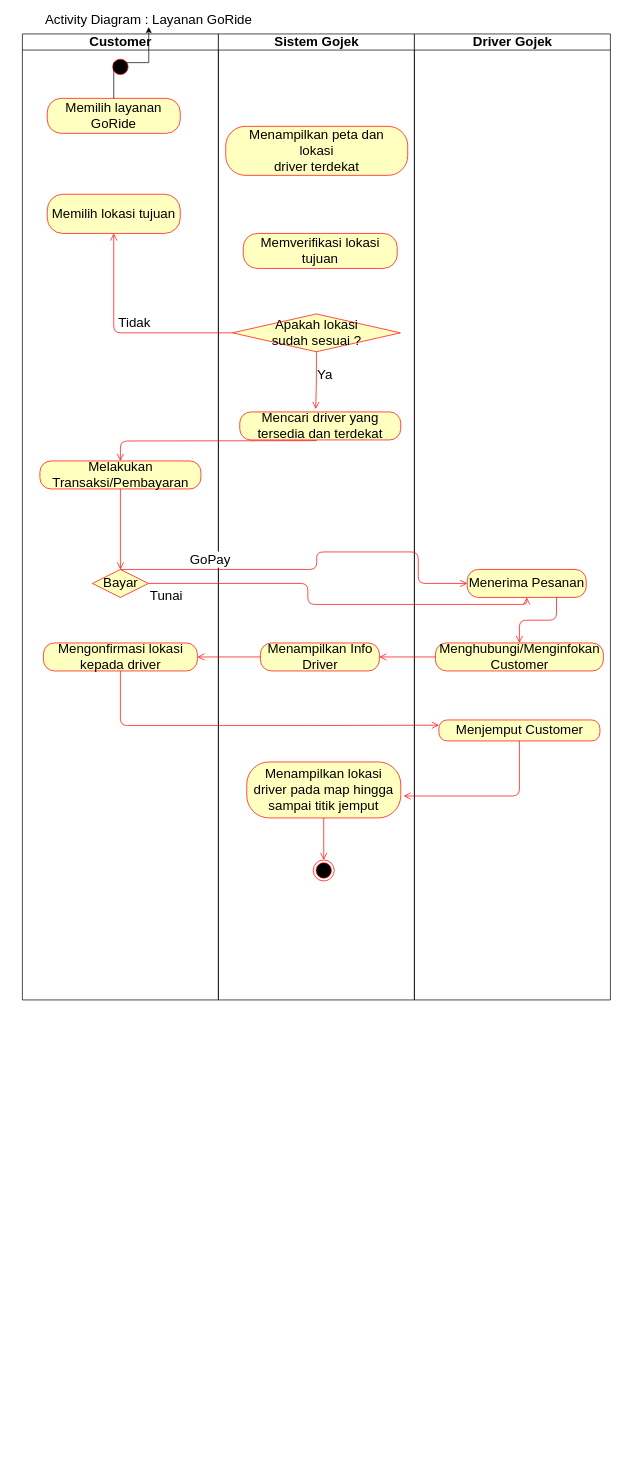
The draw.io diagram Untitled Diagram.drawio in irfanshow/Petruk-Find-Words, before the edit. Source tidied: cells renumbered, new cells numbered last; positions are measured from the earlier drawing's top-left corner, leaving out a move shared by most shapes. Both pictures are drawn from the tidied source at 70%, with x=0, y=0 at pixel (12, 13).
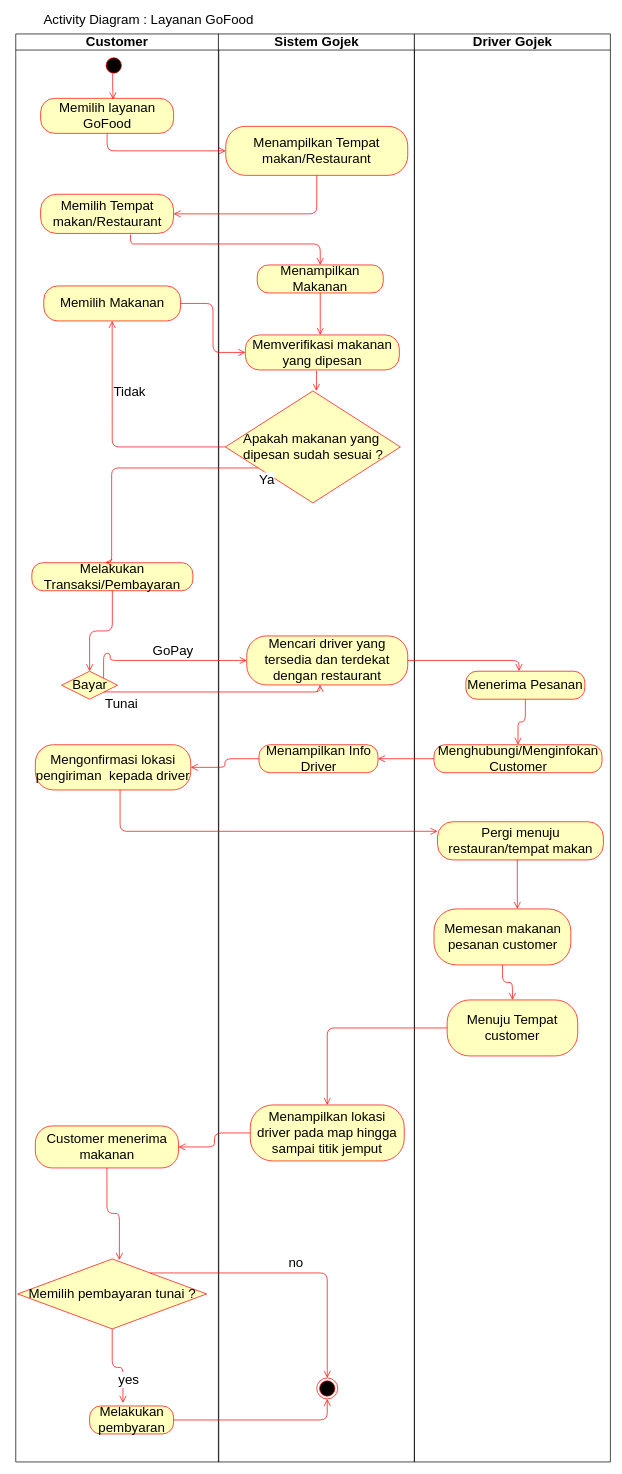
The same page after the edit.

Diff of the diagram source:
```diff
@@
     <mxCell id="2" value="Customer" style="swimlane;whiteSpace=wrap;fontSize=19;" parent="1" vertex="1">
-      <mxGeometry x="14.5" y="30" width="280" height="1380" as="geometry" />
+      <mxGeometry x="5" y="30" width="290" height="2040" as="geometry" />
     </mxCell>
-    <mxCell id="3" value="&lt;span&gt;Memilih layanan GoRide&lt;/span&gt;" style="rounded=1;whiteSpace=wrap;html=1;arcSize=40;fontColor=#000000;fillColor=#ffffc0;strokeColor=#ff0000;fontSize=19;" parent="2" vertex="1">
-      <mxGeometry x="35.5" y="92" width="190" height="50" as="geometry" />
-    </mxCell>
-    <mxCell id="4" value="&lt;span&gt;Memilih lokasi tujuan&lt;/span&gt;" style="rounded=1;whiteSpace=wrap;html=1;arcSize=40;fontColor=#000000;fillColor=#ffffc0;strokeColor=#ff0000;fontSize=19;" parent="2" vertex="1">
-      <mxGeometry x="35.5" y="229" width="190" height="56" as="geometry" />
-    </mxCell>
-    <mxCell id="5" style="ellipse;html=1;shape=startState;fillColor=#000000;strokeColor=#ff0000;fontSize=19;" parent="2" vertex="1">
-      <mxGeometry x="125" y="32" width="30" height="30" as="geometry" />
-    </mxCell>
-    <mxCell id="6" value="Mengonfirmasi lokasi kepada driver" style="rounded=1;whiteSpace=wrap;html=1;arcSize=40;fontColor=#000000;fillColor=#ffffc0;strokeColor=#ff0000;fontSize=19;" parent="2" vertex="1">
-      <mxGeometry x="30" y="870" width="220" height="40" as="geometry" />
-    </mxCell>
+    <mxCell id="36" value="&lt;span&gt;Memilih layanan GoFood&lt;/span&gt;" style="rounded=1;whiteSpace=wrap;html=1;arcSize=40;fontColor=#000000;fillColor=#ffffc0;strokeColor=#ff0000;fontSize=19;" parent="2" vertex="1">
+      <mxGeometry x="35.5" y="92" width="190" height="50" as="geometry" />
+    </mxCell>
+    <mxCell id="37" value="&lt;span&gt;Memilih Tempat makan/Restaurant&lt;/span&gt;" style="rounded=1;whiteSpace=wrap;html=1;arcSize=40;fontColor=#000000;fillColor=#ffffc0;strokeColor=#ff0000;fontSize=19;" parent="2" vertex="1">
+      <mxGeometry x="35.5" y="229" width="190" height="56" as="geometry" />
+    </mxCell>
+    <mxCell id="38" style="ellipse;html=1;shape=startState;fillColor=#000000;strokeColor=#ff0000;fontSize=19;" parent="2" vertex="1">
+      <mxGeometry x="125" y="30" width="30" height="30" as="geometry" />
+    </mxCell>
+    <mxCell id="39" value="Mengonfirmasi lokasi pengiriman&amp;nbsp; kepada driver" style="rounded=1;whiteSpace=wrap;html=1;arcSize=40;fontColor=#000000;fillColor=#ffffc0;strokeColor=#ff0000;fontSize=19;" parent="2" vertex="1">
+      <mxGeometry x="28" y="1015.4" width="222" height="64.6" as="geometry" />
+    </mxCell>
     <mxCell id="7" value="Melakukan Transaksi/Pembayaran" style="rounded=1;whiteSpace=wrap;html=1;arcSize=40;fontColor=#000000;fillColor=#ffffc0;strokeColor=#ff0000;fontSize=19;" parent="2" vertex="1">
-      <mxGeometry x="25" y="610" width="230" height="40" as="geometry" />
+      <mxGeometry x="23" y="755.4" width="230" height="40" as="geometry" />
     </mxCell>
     <mxCell id="8" value="Bayar" style="rhombus;whiteSpace=wrap;html=1;fillColor=#ffffc0;strokeColor=#ff0000;fontSize=19;" parent="2" vertex="1">
-      <mxGeometry x="100" y="765" width="80" height="40" as="geometry" />
+      <mxGeometry x="65.5" y="910.4" width="80" height="40" as="geometry" />
     </mxCell>
@@
+    <mxCell id="40" style="edgeStyle=orthogonalEdgeStyle;html=1;verticalAlign=bottom;endArrow=open;endSize=8;strokeColor=#ff0000;fontSize=19;entryX=0.546;entryY=0.03;entryDx=0;entryDy=0;exitX=0.448;exitY=0.884;exitDx=0;exitDy=0;entryPerimeter=0;exitPerimeter=0;" parent="2" edge="1" source="38" target="36">
+      <mxGeometry relative="1" as="geometry" />
+    </mxCell>
+    <mxCell id="41" value="Memilih Makanan" style="rounded=1;whiteSpace=wrap;html=1;arcSize=40;fontColor=#000000;fillColor=#ffffc0;strokeColor=#ff0000;fontSize=19;" parent="2" vertex="1">
+      <mxGeometry x="40" y="360" width="195.5" height="50" as="geometry" />
+    </mxCell>
+    <mxCell id="42" value="Customer menerima makanan" style="rounded=1;whiteSpace=wrap;html=1;arcSize=40;fontColor=#000000;fillColor=#ffffc0;strokeColor=#ff0000;fontSize=19;" parent="2" vertex="1">
+      <mxGeometry x="28" y="1560" width="204.5" height="60" as="geometry" />
+    </mxCell>
+    <mxCell id="43" value="Memilih pembayaran tunai ?" style="rhombus;whiteSpace=wrap;html=1;fillColor=#ffffc0;strokeColor=#ff0000;fontSize=19;" parent="2" vertex="1">
+      <mxGeometry x="2.8" y="1750" width="270" height="100" as="geometry" />
+    </mxCell>
+    <mxCell id="44" value="yes" style="edgeStyle=orthogonalEdgeStyle;html=1;align=left;verticalAlign=top;endArrow=open;endSize=8;strokeColor=#ff0000;fontSize=19;entryX=0.397;entryY=-0.108;entryDx=0;entryDy=0;entryPerimeter=0;" parent="2" edge="1" source="43" target="46">
+      <mxGeometry x="0.03" relative="1" as="geometry" />
+    </mxCell>
+    <mxCell id="45" style="edgeStyle=orthogonalEdgeStyle;html=1;verticalAlign=bottom;endArrow=open;endSize=8;strokeColor=#ff0000;fontSize=19;entryX=0.538;entryY=0.015;entryDx=0;entryDy=0;exitX=0.5;exitY=1;exitDx=0;exitDy=0;entryPerimeter=0;" parent="2" edge="1" source="42" target="43">
+      <mxGeometry relative="1" as="geometry" />
+    </mxCell>
+    <mxCell id="46" value="Melakukan pembyaran" style="rounded=1;whiteSpace=wrap;html=1;arcSize=40;fontColor=#000000;fillColor=#ffffc0;strokeColor=#ff0000;fontSize=19;" parent="2" vertex="1">
+      <mxGeometry x="105.5" y="1960" width="120" height="40" as="geometry" />
+    </mxCell>
     <mxCell id="10" value="Sistem Gojek" style="swimlane;whiteSpace=wrap;fontSize=19;" parent="1" vertex="1">
-      <mxGeometry x="294.5" y="30" width="280" height="1380" as="geometry" />
+      <mxGeometry x="294.5" y="30" width="280" height="2040" as="geometry" />
     </mxCell>
-    <mxCell id="11" value="&lt;span&gt;Menampilkan peta dan&lt;/span&gt;&lt;br&gt;&lt;span&gt;lokasi&lt;/span&gt;&lt;br&gt;&lt;span&gt;driver terdekat&lt;/span&gt;" style="rounded=1;whiteSpace=wrap;html=1;arcSize=40;fontColor=#000000;fillColor=#ffffc0;strokeColor=#ff0000;fontSize=19;" parent="10" vertex="1">
-      <mxGeometry x="10.5" y="132" width="260" height="70" as="geometry" />
-    </mxCell>
-    <mxCell id="12" value="&lt;span&gt;Memverifikasi lokasi tujuan&lt;/span&gt;" style="rounded=1;whiteSpace=wrap;html=1;arcSize=40;fontColor=#000000;fillColor=#ffffc0;strokeColor=#ff0000;fontSize=19;" parent="10" vertex="1">
-      <mxGeometry x="35.5" y="285" width="220" height="50" as="geometry" />
-    </mxCell>
-    <mxCell id="13" value="Apakah lokasi &lt;br&gt;sudah sesuai ?" style="rhombus;whiteSpace=wrap;html=1;fillColor=#ffffc0;strokeColor=#ff0000;fontSize=19;" parent="10" vertex="1">
-      <mxGeometry x="20" y="400" width="240" height="54" as="geometry" />
-    </mxCell>
-    <mxCell id="14" value="Ya" style="edgeStyle=orthogonalEdgeStyle;html=1;align=left;verticalAlign=top;endArrow=open;endSize=8;strokeColor=#ff0000;fontSize=19;entryX=0.472;entryY=-0.105;entryDx=0;entryDy=0;entryPerimeter=0;" parent="10" edge="1" source="13" target="15">
-      <mxGeometry x="-0.61" y="-1" relative="1" as="geometry" />
-    </mxCell>
-    <mxCell id="15" value="Mencari driver yang tersedia dan terdekat" style="rounded=1;whiteSpace=wrap;html=1;arcSize=40;fontColor=#000000;fillColor=#ffffc0;strokeColor=#ff0000;fontSize=19;" parent="10" vertex="1">
-      <mxGeometry x="30.5" y="540" width="230" height="40" as="geometry" />
-    </mxCell>
-    <mxCell id="16" style="edgeStyle=orthogonalEdgeStyle;html=1;verticalAlign=bottom;endArrow=open;endSize=8;strokeColor=#ff0000;fontSize=19;" parent="10" edge="1" target="7">
-      <mxGeometry relative="1" as="geometry">
-        <mxPoint x="140.5" y="581" as="sourcePoint" />
-      </mxGeometry>
-    </mxCell>
+    <mxCell id="47" value="Menampilkan Tempat makan/Restaurant" style="rounded=1;whiteSpace=wrap;html=1;arcSize=40;fontColor=#000000;fillColor=#ffffc0;strokeColor=#ff0000;fontSize=19;" parent="10" vertex="1">
+      <mxGeometry x="10.5" y="132" width="260" height="70" as="geometry" />
+    </mxCell>
+    <mxCell id="48" value="&lt;span&gt;Memverifikasi makanan yang dipesan&lt;/span&gt;" style="rounded=1;whiteSpace=wrap;html=1;arcSize=40;fontColor=#000000;fillColor=#ffffc0;strokeColor=#ff0000;fontSize=19;" parent="10" vertex="1">
+      <mxGeometry x="38.5" y="430" width="220" height="50" as="geometry" />
+    </mxCell>
+    <mxCell id="49" value="Mencari driver yang tersedia dan terdekat dengan restaurant" style="rounded=1;whiteSpace=wrap;html=1;arcSize=40;fontColor=#000000;fillColor=#ffffc0;strokeColor=#ff0000;fontSize=19;" parent="10" vertex="1">
+      <mxGeometry x="40.5" y="860" width="230" height="70" as="geometry" />
+    </mxCell>
     <mxCell id="17" value="Menampilkan Info Driver" style="rounded=1;whiteSpace=wrap;html=1;arcSize=40;fontColor=#000000;fillColor=#ffffc0;strokeColor=#ff0000;fontSize=19;" parent="10" vertex="1">
-      <mxGeometry x="60" y="870" width="170" height="40" as="geometry" />
+      <mxGeometry x="58" y="1015.4" width="170" height="40" as="geometry" />
     </mxCell>
     <mxCell id="18" value="Menampilkan lokasi driver pada map hingga sampai titik jemput" style="rounded=1;whiteSpace=wrap;html=1;arcSize=40;fontColor=#000000;fillColor=#ffffc0;strokeColor=#ff0000;fontSize=19;" parent="10" vertex="1">
-      <mxGeometry x="40.5" y="1040" width="220" height="80" as="geometry" />
+      <mxGeometry x="45.5" y="1530" width="220" height="80" as="geometry" />
     </mxCell>
-    <mxCell id="19" style="edgeStyle=orthogonalEdgeStyle;html=1;verticalAlign=bottom;endArrow=open;endSize=8;strokeColor=#ff0000;fontSize=19;entryX=0.5;entryY=0;entryDx=0;entryDy=0;" parent="10" edge="1" source="18" target="20">
-      <mxGeometry relative="1" as="geometry" />
-    </mxCell>
-    <mxCell id="20" style="ellipse;html=1;shape=endState;fillColor=#000000;strokeColor=#ff0000;fontSize=19;" parent="10" vertex="1">
-      <mxGeometry x="135.5" y="1180" width="30" height="30" as="geometry" />
-    </mxCell>
-    <mxCell id="21" style="edgeStyle=orthogonalEdgeStyle;rounded=0;orthogonalLoop=1;jettySize=auto;html=1;exitX=0.5;exitY=1;exitDx=0;exitDy=0;fontSize=19;" parent="10" edge="1" source="20" target="20">
-      <mxGeometry relative="1" as="geometry" />
-    </mxCell>
+    <mxCell id="50" style="ellipse;html=1;shape=endState;fillColor=#000000;strokeColor=#ff0000;fontSize=19;" parent="10" vertex="1">
+      <mxGeometry x="140.5" y="1920" width="30" height="30" as="geometry" />
+    </mxCell>
+    <mxCell id="51" style="edgeStyle=orthogonalEdgeStyle;rounded=0;orthogonalLoop=1;jettySize=auto;html=1;exitX=0.5;exitY=1;exitDx=0;exitDy=0;fontSize=19;" parent="10" edge="1" source="50" target="50">
+      <mxGeometry relative="1" as="geometry" />
+    </mxCell>
+    <mxCell id="52" style="edgeStyle=orthogonalEdgeStyle;html=1;verticalAlign=bottom;endArrow=open;endSize=8;strokeColor=#ff0000;fontSize=19;entryX=0.5;entryY=0;entryDx=0;entryDy=0;exitX=0.462;exitY=1.028;exitDx=0;exitDy=0;exitPerimeter=0;" parent="10" edge="1" source="48">
+      <mxGeometry relative="1" as="geometry">
+        <mxPoint x="140" y="510" as="targetPoint" />
+      </mxGeometry>
+    </mxCell>
+    <mxCell id="53" value="Menampilkan Makanan" style="rounded=1;whiteSpace=wrap;html=1;arcSize=40;fontColor=#000000;fillColor=#ffffc0;strokeColor=#ff0000;fontSize=19;" parent="10" vertex="1">
+      <mxGeometry x="55.5" y="330" width="180" height="40" as="geometry" />
+    </mxCell>
+    <mxCell id="54" style="edgeStyle=orthogonalEdgeStyle;html=1;verticalAlign=bottom;endArrow=open;endSize=8;strokeColor=#ff0000;fontSize=19;" parent="10" edge="1" source="53">
+      <mxGeometry relative="1" as="geometry">
+        <mxPoint x="145.5" y="430" as="targetPoint" />
+      </mxGeometry>
+    </mxCell>
+    <mxCell id="55" value="Apakah makanan yang&amp;nbsp;&lt;br&gt;dipesan sudah sesuai ?" style="rhombus;whiteSpace=wrap;html=1;fillColor=#ffffc0;strokeColor=#ff0000;fontSize=19;" parent="10" vertex="1">
+      <mxGeometry x="10" y="510" width="250" height="160" as="geometry" />
+    </mxCell>
     <mxCell id="22" value="Driver Gojek" style="swimlane;whiteSpace=wrap;startSize=23;fontSize=19;" parent="1" vertex="1">
-      <mxGeometry x="574.5" y="30" width="280" height="1380" as="geometry" />
+      <mxGeometry x="574.5" y="30" width="280" height="2040" as="geometry" />
     </mxCell>
     <mxCell id="23" value="Menerima Pesanan" style="rounded=1;whiteSpace=wrap;html=1;arcSize=40;fontColor=#000000;fillColor=#ffffc0;strokeColor=#ff0000;fontSize=19;" parent="22" vertex="1">
-      <mxGeometry x="75.5" y="765" width="170" height="40" as="geometry" />
+      <mxGeometry x="73.5" y="910.4" width="170" height="40" as="geometry" />
     </mxCell>
     <mxCell id="24" value="Menghubungi/Menginfokan&lt;br&gt;Customer" style="rounded=1;whiteSpace=wrap;html=1;arcSize=40;fontColor=#000000;fillColor=#ffffc0;strokeColor=#ff0000;fontSize=19;" parent="22" vertex="1">
-      <mxGeometry x="30" y="870" width="240" height="40" as="geometry" />
+      <mxGeometry x="28" y="1015.4" width="240" height="40" as="geometry" />
     </mxCell>
-    <mxCell id="25" style="edgeStyle=orthogonalEdgeStyle;html=1;verticalAlign=bottom;endArrow=open;endSize=8;strokeColor=#ff0000;fontSize=19;exitX=0.75;exitY=1;exitDx=0;exitDy=0;entryX=0.5;entryY=0;entryDx=0;entryDy=0;" parent="22" edge="1" source="23" target="24">
+    <mxCell id="25" style="edgeStyle=orthogonalEdgeStyle;html=1;verticalAlign=bottom;endArrow=open;endSize=8;strokeColor=#ff0000;fontSize=19;exitX=0.5;exitY=1;exitDx=0;exitDy=0;entryX=0.5;entryY=0;entryDx=0;entryDy=0;" parent="22" edge="1" source="23" target="24">
       <mxGeometry relative="1" as="geometry" />
     </mxCell>
-    <mxCell id="26" value="Menjemput Customer" style="rounded=1;whiteSpace=wrap;html=1;arcSize=40;fontColor=#000000;fillColor=#ffffc0;strokeColor=#ff0000;fontSize=19;" parent="22" vertex="1">
-      <mxGeometry x="35" y="980" width="230" height="30" as="geometry" />
-    </mxCell>
-    <mxCell id="27" value="Activity Diagram : Layanan GoRide" style="text;html=1;strokeColor=none;fillColor=none;align=center;verticalAlign=middle;whiteSpace=wrap;rounded=0;fontSize=19;" parent="1" vertex="1">
-      <mxGeometry width="390" height="20" as="geometry" />
-    </mxCell>
-    <mxCell id="28" value="Tidak" style="edgeStyle=orthogonalEdgeStyle;html=1;align=left;verticalAlign=bottom;endArrow=open;endSize=8;strokeColor=#ff0000;fontSize=19;" parent="1" edge="1" source="13" target="4">
-      <mxGeometry x="0.06" relative="1" as="geometry" />
-    </mxCell>
+    <mxCell id="56" value="Pergi menuju restauran/tempat makan" style="rounded=1;whiteSpace=wrap;html=1;arcSize=40;fontColor=#000000;fillColor=#ffffc0;strokeColor=#ff0000;fontSize=19;" parent="22" vertex="1">
+      <mxGeometry x="33" y="1125.4" width="237" height="54.6" as="geometry" />
+    </mxCell>
+    <mxCell id="57" value="Memesan makanan pesanan customer" style="rounded=1;whiteSpace=wrap;html=1;arcSize=40;fontColor=#000000;fillColor=#ffffc0;strokeColor=#ff0000;fontSize=19;" parent="22" vertex="1">
+      <mxGeometry x="28" y="1250" width="195.5" height="80" as="geometry" />
+    </mxCell>
+    <mxCell id="58" style="edgeStyle=orthogonalEdgeStyle;html=1;verticalAlign=bottom;endArrow=open;endSize=8;strokeColor=#ff0000;fontSize=19;entryX=0.5;entryY=0;entryDx=0;entryDy=0;" parent="22" edge="1" source="57" target="60">
+      <mxGeometry relative="1" as="geometry" />
+    </mxCell>
+    <mxCell id="59" style="edgeStyle=orthogonalEdgeStyle;html=1;verticalAlign=bottom;endArrow=open;endSize=8;strokeColor=#ff0000;fontSize=19;entryX=0.609;entryY=0;entryDx=0;entryDy=0;entryPerimeter=0;" parent="22" edge="1" source="56" target="57">
+      <mxGeometry relative="1" as="geometry">
+        <Array as="points">
+          <mxPoint x="147" y="1240" />
+          <mxPoint x="147" y="1240" />
+        </Array>
+      </mxGeometry>
+    </mxCell>
+    <mxCell id="60" value="Menuju Tempat customer" style="rounded=1;whiteSpace=wrap;html=1;arcSize=40;fontColor=#000000;fillColor=#ffffc0;strokeColor=#ff0000;fontSize=19;" parent="22" vertex="1">
+      <mxGeometry x="46.8" y="1380" width="186.5" height="80" as="geometry" />
+    </mxCell>
+    <mxCell id="61" value="Activity Diagram : Layanan GoFood" style="text;html=1;strokeColor=none;fillColor=none;align=center;verticalAlign=middle;whiteSpace=wrap;rounded=0;fontSize=19;" parent="1" vertex="1">
+      <mxGeometry width="390" height="20" as="geometry" />
+    </mxCell>
-    <mxCell id="29" value="GoPay" style="edgeStyle=orthogonalEdgeStyle;html=1;align=left;verticalAlign=bottom;endArrow=open;endSize=8;strokeColor=#ff0000;fontSize=19;exitX=0.5;exitY=0;exitDx=0;exitDy=0;entryX=0;entryY=0.5;entryDx=0;entryDy=0;" parent="1" edge="1" source="8" target="23">
-      <mxGeometry x="-0.66" relative="1" as="geometry">
+    <mxCell id="29" value="GoPay" style="edgeStyle=orthogonalEdgeStyle;html=1;align=left;verticalAlign=bottom;endArrow=open;endSize=8;strokeColor=#ff0000;fontSize=19;exitX=1;exitY=0;exitDx=0;exitDy=0;entryX=0;entryY=0.5;entryDx=0;entryDy=0;" parent="1" edge="1" source="8" target="49">
+      <mxGeometry x="-0.09" relative="1" as="geometry">
         <Array as="points">
-          <mxPoint x="435" y="770" />
-          <mxPoint x="580" y="770" />
-          <mxPoint x="580" y="815" />
+          <mxPoint x="140" y="915" />
         </Array>
-        <mxPoint x="1" as="offset" />
       </mxGeometry>
     </mxCell>
-    <mxCell id="30" value="Tunai" style="edgeStyle=orthogonalEdgeStyle;html=1;align=left;verticalAlign=top;endArrow=open;endSize=8;strokeColor=#ff0000;fontSize=19;entryX=0.5;entryY=1;entryDx=0;entryDy=0;" parent="1" edge="1" source="8" target="23">
-      <mxGeometry x="-1" relative="1" as="geometry" />
+    <mxCell id="30" value="Tunai" style="edgeStyle=orthogonalEdgeStyle;html=1;align=left;verticalAlign=top;endArrow=open;endSize=8;strokeColor=#ff0000;fontSize=19;entryX=0.455;entryY=0.997;entryDx=0;entryDy=0;entryPerimeter=0;" parent="1" edge="1" source="8" target="49">
+      <mxGeometry x="-1" relative="1" as="geometry">
+        <Array as="points">
+          <mxPoint x="440" y="970" />
+        </Array>
+      </mxGeometry>
     </mxCell>
-    <mxCell id="31" style="edgeStyle=orthogonalEdgeStyle;html=1;verticalAlign=bottom;endArrow=open;endSize=8;strokeColor=#ff0000;fontSize=19;entryX=1;entryY=0.5;entryDx=0;entryDy=0;" parent="1" edge="1" source="17" target="6">
-      <mxGeometry relative="1" as="geometry" />
-    </mxCell>
+    <mxCell id="62" style="edgeStyle=orthogonalEdgeStyle;html=1;verticalAlign=bottom;endArrow=open;endSize=8;strokeColor=#ff0000;fontSize=19;entryX=1;entryY=0.5;entryDx=0;entryDy=0;" parent="1" edge="1" source="17" target="39">
+      <mxGeometry relative="1" as="geometry" />
+    </mxCell>
@@
-    <mxCell id="33" style="edgeStyle=orthogonalEdgeStyle;html=1;verticalAlign=bottom;endArrow=open;endSize=8;strokeColor=#ff0000;fontSize=19;entryX=0;entryY=0.25;entryDx=0;entryDy=0;" parent="1" edge="1" source="6" target="26">
-      <mxGeometry relative="1" as="geometry">
-        <Array as="points">
-          <mxPoint x="155" y="1018" />
-          <mxPoint x="437" y="1018" />
-        </Array>
-      </mxGeometry>
-    </mxCell>
-    <mxCell id="34" style="edgeStyle=orthogonalEdgeStyle;html=1;verticalAlign=bottom;endArrow=open;endSize=8;strokeColor=#ff0000;fontSize=19;entryX=1.019;entryY=0.608;entryDx=0;entryDy=0;entryPerimeter=0;" parent="1" edge="1" source="26" target="18">
-      <mxGeometry relative="1" as="geometry">
-        <Array as="points">
-          <mxPoint x="725" y="1119" />
-        </Array>
-      </mxGeometry>
-    </mxCell>
-    <mxCell id="35" style="edgeStyle=orthogonalEdgeStyle;rounded=0;jettySize=auto;html=1;fontSize=19;" parent="1" edge="1" source="3" target="27">
-      <mxGeometry relative="1" as="geometry" />
-    </mxCell>
+    <mxCell id="63" style="edgeStyle=orthogonalEdgeStyle;html=1;verticalAlign=bottom;endArrow=open;endSize=8;strokeColor=#ff0000;fontSize=19;entryX=0;entryY=0.25;entryDx=0;entryDy=0;" parent="1" edge="1" source="39" target="56">
+      <mxGeometry relative="1" as="geometry">
+        <Array as="points">
+          <mxPoint x="154" y="1169" />
+        </Array>
+      </mxGeometry>
+    </mxCell>
+    <mxCell id="64" style="edgeStyle=orthogonalEdgeStyle;html=1;verticalAlign=bottom;endArrow=open;endSize=8;strokeColor=#ff0000;fontSize=19;entryX=0;entryY=0.5;entryDx=0;entryDy=0;exitX=0.5;exitY=1;exitDx=0;exitDy=0;" parent="1" edge="1" source="36" target="47">
+      <mxGeometry relative="1" as="geometry" />
+    </mxCell>
+    <mxCell id="65" style="edgeStyle=orthogonalEdgeStyle;html=1;verticalAlign=bottom;endArrow=open;endSize=8;strokeColor=#ff0000;fontSize=19;entryX=1;entryY=0.5;entryDx=0;entryDy=0;exitX=0.5;exitY=1;exitDx=0;exitDy=0;" parent="1" edge="1" source="47" target="37">
+      <mxGeometry relative="1" as="geometry" />
+    </mxCell>
+    <mxCell id="66" style="edgeStyle=orthogonalEdgeStyle;html=1;verticalAlign=bottom;endArrow=open;endSize=8;strokeColor=#ff0000;fontSize=19;entryX=0.5;entryY=0;entryDx=0;entryDy=0;exitX=0.676;exitY=1.029;exitDx=0;exitDy=0;exitPerimeter=0;" parent="1" edge="1" source="37" target="53">
+      <mxGeometry relative="1" as="geometry">
+        <Array as="points">
+          <mxPoint x="178" y="330" />
+          <mxPoint x="440" y="330" />
+          <mxPoint x="440" y="360" />
+        </Array>
+      </mxGeometry>
+    </mxCell>
+    <mxCell id="67" style="edgeStyle=orthogonalEdgeStyle;html=1;verticalAlign=bottom;endArrow=open;endSize=8;strokeColor=#ff0000;fontSize=19;entryX=0;entryY=0.5;entryDx=0;entryDy=0;" parent="1" edge="1" source="41" target="48">
+      <mxGeometry relative="1" as="geometry" />
+    </mxCell>
+    <mxCell id="28" value="Tidak" style="edgeStyle=orthogonalEdgeStyle;html=1;align=left;verticalAlign=bottom;endArrow=open;endSize=8;strokeColor=#ff0000;fontSize=19;entryX=0.5;entryY=1;entryDx=0;entryDy=0;" parent="1" edge="1" source="55" target="41">
+      <mxGeometry x="0.32" relative="1" as="geometry" />
+    </mxCell>
+    <mxCell id="14" value="Ya" style="edgeStyle=orthogonalEdgeStyle;html=1;align=left;verticalAlign=top;endArrow=open;endSize=8;strokeColor=#ff0000;fontSize=19;entryX=0.456;entryY=-0.01;entryDx=0;entryDy=0;entryPerimeter=0;" parent="1" edge="1" source="55" target="7">
+      <mxGeometry x="-1" relative="1" as="geometry">
+        <Array as="points">
+          <mxPoint x="142" y="650" />
+        </Array>
+      </mxGeometry>
+    </mxCell>
+    <mxCell id="68" style="edgeStyle=orthogonalEdgeStyle;html=1;verticalAlign=bottom;endArrow=open;endSize=8;strokeColor=#ff0000;fontSize=19;exitX=1;exitY=0.5;exitDx=0;exitDy=0;entryX=0.447;entryY=-0.005;entryDx=0;entryDy=0;entryPerimeter=0;" parent="1" edge="1" source="49" target="23">
+      <mxGeometry relative="1" as="geometry" />
+    </mxCell>
+    <mxCell id="69" style="edgeStyle=orthogonalEdgeStyle;html=1;verticalAlign=bottom;endArrow=open;endSize=8;strokeColor=#ff0000;fontSize=19;entryX=0.5;entryY=0;entryDx=0;entryDy=0;" parent="1" edge="1" source="60" target="18">
+      <mxGeometry relative="1" as="geometry" />
+    </mxCell>
+    <mxCell id="70" style="edgeStyle=orthogonalEdgeStyle;html=1;verticalAlign=bottom;endArrow=open;endSize=8;strokeColor=#ff0000;fontSize=19;entryX=1;entryY=0.5;entryDx=0;entryDy=0;" parent="1" edge="1" source="18" target="42">
+      <mxGeometry relative="1" as="geometry" />
+    </mxCell>
+    <mxCell id="71" value="no" style="edgeStyle=orthogonalEdgeStyle;html=1;align=left;verticalAlign=bottom;endArrow=open;endSize=8;strokeColor=#ff0000;fontSize=19;entryX=0.5;entryY=0;entryDx=0;entryDy=0;" parent="1" edge="1" source="43" target="50">
+      <mxGeometry x="-0.03" relative="1" as="geometry">
+        <Array as="points">
+          <mxPoint x="450" y="1800" />
+        </Array>
+      </mxGeometry>
+    </mxCell>
+    <mxCell id="72" style="edgeStyle=orthogonalEdgeStyle;html=1;verticalAlign=bottom;endArrow=open;endSize=8;strokeColor=#ff0000;fontSize=19;entryX=0.5;entryY=1;entryDx=0;entryDy=0;" parent="1" edge="1" source="46" target="50">
+      <mxGeometry relative="1" as="geometry" />
+    </mxCell>
```
